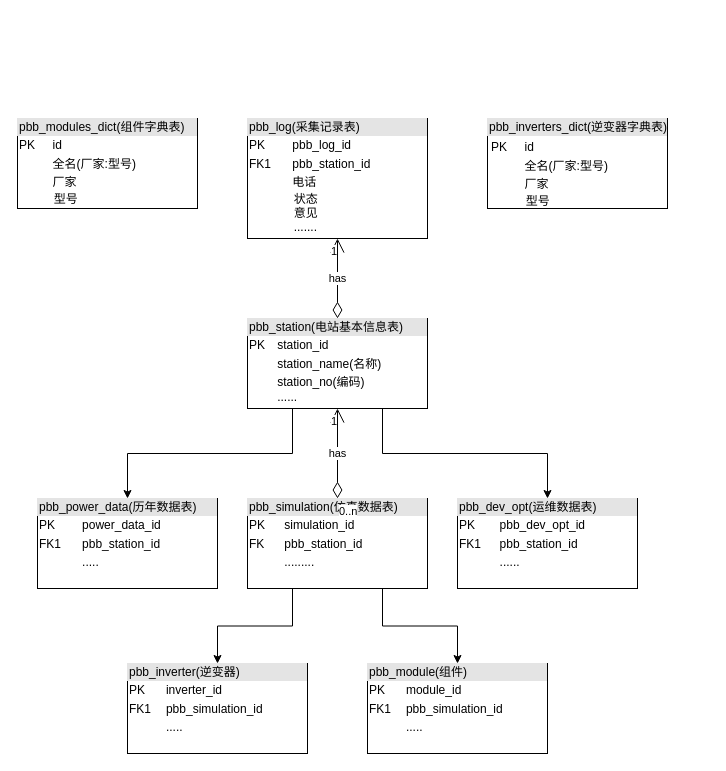
Before: page "数据库表" (2 of 3) of package.drawio in gg2herry/drawio, a draw.io diagram. Source tidied: cells renumbered, new cells numbered last; positions are measured from the earlier drawing's top-left corner, leaving out a move shared by most shapes. Both pictures are drawn from the tidied source at 100%, with x=0, y=0 at pixel (17, 118).
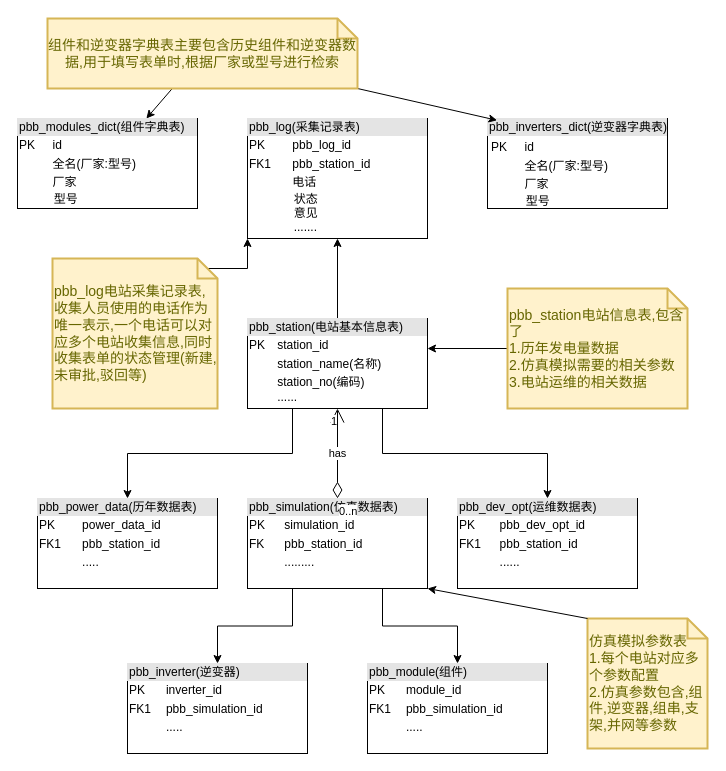
Above is the later version.

Unchanged cells that the change refers to:
```xml
<mxCell id="3" value="&lt;div style=&quot;box-sizing: border-box ; width: 100% ; background: #e4e4e4 ; padding: 2px&quot;&gt;pbb_log(采集记录表)&lt;/div&gt;&lt;table style=&quot;width: 100% ; font-size: 1em&quot; cellpadding=&quot;2&quot; cellspacing=&quot;0&quot;&gt;&lt;tbody&gt;&lt;tr&gt;&lt;td&gt;PK&lt;/td&gt;&lt;td&gt;pbb_log_id&lt;/td&gt;&lt;/tr&gt;&lt;tr&gt;&lt;td&gt;FK1&lt;/td&gt;&lt;td&gt;pbb_station_id&lt;/td&gt;&lt;/tr&gt;&lt;tr&gt;&lt;td&gt;&lt;/td&gt;&lt;td&gt;电话&lt;/td&gt;&lt;/tr&gt;&lt;/tbody&gt;&lt;/table&gt;&amp;nbsp; &amp;nbsp; &amp;nbsp; &amp;nbsp; &amp;nbsp; &amp;nbsp; &amp;nbsp; 状态&lt;br&gt;&amp;nbsp; &amp;nbsp; &amp;nbsp; &amp;nbsp; &amp;nbsp; &amp;nbsp; &amp;nbsp; 意见&lt;br&gt;&amp;nbsp; &amp;nbsp; &amp;nbsp; &amp;nbsp; &amp;nbsp; &amp;nbsp; &amp;nbsp; .......&lt;br&gt;&lt;br&gt;" style="verticalAlign=top;align=left;overflow=fill;html=1;" parent="2" vertex="1">
  <mxGeometry x="230" width="180" height="120" as="geometry" />
</mxCell>
<mxCell id="4" value="&lt;div style=&quot;box-sizing: border-box ; width: 100% ; background: #e4e4e4 ; padding: 2px&quot;&gt;pbb_station(电站基本信息表)&lt;/div&gt;&lt;table style=&quot;width: 100% ; font-size: 1em&quot; cellpadding=&quot;2&quot; cellspacing=&quot;0&quot;&gt;&lt;tbody&gt;&lt;tr&gt;&lt;td&gt;PK&lt;/td&gt;&lt;td&gt;station_id&lt;br&gt;&lt;/td&gt;&lt;/tr&gt;&lt;tr&gt;&lt;td&gt;&lt;br&gt;&lt;/td&gt;&lt;td&gt;station_name(名称)&lt;/td&gt;&lt;/tr&gt;&lt;tr&gt;&lt;td&gt;&lt;/td&gt;&lt;td&gt;station_no(编码)&lt;br&gt;......&lt;/td&gt;&lt;/tr&gt;&lt;/tbody&gt;&lt;/table&gt;" style="verticalAlign=top;align=left;overflow=fill;html=1;" parent="2" vertex="1">
  <mxGeometry x="230" y="200" width="180" height="90" as="geometry" />
</mxCell>
<mxCell id="14" value="&lt;div style=&quot;box-sizing: border-box ; width: 100% ; background: #e4e4e4 ; padding: 2px&quot;&gt;pbb_modules_dict(组件字典表)&lt;/div&gt;&lt;table style=&quot;width: 100% ; font-size: 1em&quot; cellpadding=&quot;2&quot; cellspacing=&quot;0&quot;&gt;&lt;tbody&gt;&lt;tr&gt;&lt;td&gt;PK&lt;/td&gt;&lt;td&gt;id&lt;br&gt;&lt;/td&gt;&lt;/tr&gt;&lt;tr&gt;&lt;td&gt;&lt;br&gt;&lt;/td&gt;&lt;td&gt;全名(厂家:型号)&lt;/td&gt;&lt;/tr&gt;&lt;tr&gt;&lt;td&gt;&lt;/td&gt;&lt;td&gt;厂家&lt;/td&gt;&lt;/tr&gt;&lt;/tbody&gt;&lt;/table&gt;&amp;nbsp; &amp;nbsp; &amp;nbsp; &amp;nbsp; &amp;nbsp; &amp;nbsp;型号" style="verticalAlign=top;align=left;overflow=fill;html=1;" parent="2" vertex="1">
  <mxGeometry width="180" height="90" as="geometry" />
</mxCell>
<mxCell id="15" value="&lt;div style=&quot;box-sizing: border-box ; width: 100% ; background: #e4e4e4 ; padding: 2px&quot;&gt;pbb_inverters_dict(逆变器字典表)&lt;/div&gt;&lt;table style=&quot;width: 100% ; font-size: 1em&quot; cellpadding=&quot;2&quot; cellspacing=&quot;0&quot;&gt;&lt;tbody&gt;&lt;tr&gt;&lt;td&gt;&lt;table cellpadding=&quot;2&quot; cellspacing=&quot;0&quot; style=&quot;font-size: 1em ; width: 180px&quot;&gt;&lt;tbody&gt;&lt;tr&gt;&lt;td&gt;PK&lt;/td&gt;&lt;td&gt;id&lt;br&gt;&lt;/td&gt;&lt;/tr&gt;&lt;tr&gt;&lt;td&gt;&lt;br&gt;&lt;/td&gt;&lt;td&gt;全名(厂家:型号)&lt;/td&gt;&lt;/tr&gt;&lt;tr&gt;&lt;td&gt;&lt;/td&gt;&lt;td&gt;厂家&lt;/td&gt;&lt;/tr&gt;&lt;/tbody&gt;&lt;/table&gt;&amp;nbsp; &amp;nbsp; &amp;nbsp; &amp;nbsp; &amp;nbsp; &amp;nbsp;型号&lt;br&gt;&lt;/td&gt;&lt;td&gt;&lt;/td&gt;&lt;/tr&gt;&lt;/tbody&gt;&lt;/table&gt;" style="verticalAlign=top;align=left;overflow=fill;html=1;" parent="2" vertex="1">
  <mxGeometry x="470" width="180" height="90" as="geometry" />
</mxCell>
```

The edit, as a diff of the source:
```diff
@@
     <mxCell id="2" style="group;" parent="1" vertex="1">
-      <mxGeometry width="650" height="635" as="geometry" />
+      <mxGeometry width="690" height="635" as="geometry" />
     </mxCell>
@@
+    <mxCell id="19" style="edgeStyle=none;rounded=0;jettySize=auto;html=1;exitX=0.5;exitY=0;exitDx=0;exitDy=0;entryX=0.5;entryY=1;entryDx=0;entryDy=0;" parent="2" edge="1" source="4" target="3">
+      <mxGeometry relative="1" as="geometry" />
+    </mxCell>
@@
-    <mxCell id="19" value="has" style="endArrow=open;html=1;endSize=12;startArrow=diamondThin;startSize=14;startFill=0;edgeStyle=orthogonalEdgeStyle;entryX=0.5;entryY=1;entryDx=0;entryDy=0;exitX=0.5;exitY=0;exitDx=0;exitDy=0;" parent="2" edge="1" source="4" target="3">
-      <mxGeometry relative="1" as="geometry" />
-    </mxCell>
-    <mxCell id="20" value="1" style="edgeLabel;html=1;align=right;verticalAlign=top;" parent="19" vertex="1">
-      <mxGeometry x="1" relative="1" as="geometry" />
-    </mxCell>
+    <mxCell id="21" style="edgeStyle=orthogonalEdgeStyle;rounded=0;jettySize=auto;html=1;" parent="2" edge="1" source="22">
+      <mxGeometry relative="1" as="geometry">
+        <mxPoint x="410" y="230" as="targetPoint" />
+      </mxGeometry>
+    </mxCell>
+    <mxCell id="22" value="pbb_station电站信息表,包含了&lt;br&gt;1.历年发电量数据&lt;br&gt;2.仿真模拟需要的相关参数&lt;br&gt;3.电站运维的相关数据" style="shape=note;strokeWidth=2;fontSize=14;size=20;whiteSpace=wrap;html=1;fillColor=#fff2cc;strokeColor=#d6b656;fontColor=#666600;align=left;" parent="2" vertex="1">
+      <mxGeometry x="490" y="170" width="180" height="120" as="geometry" />
+    </mxCell>
+    <mxCell id="23" style="edgeStyle=orthogonalEdgeStyle;rounded=0;jettySize=auto;html=1;exitX=0;exitY=0;exitDx=155;exitDy=10;exitPerimeter=0;entryX=0;entryY=1;entryDx=0;entryDy=0;" parent="2" edge="1" source="24" target="3">
+      <mxGeometry relative="1" as="geometry" />
+    </mxCell>
+    <mxCell id="24" value="pbb_log电站采集记录表,收集人员使用的电话作为唯一表示,一个电话可以对应多个电站收集信息,同时收集表单的状态管理(新建,未审批,驳回等)" style="shape=note;strokeWidth=2;fontSize=14;size=20;whiteSpace=wrap;html=1;fillColor=#fff2cc;strokeColor=#d6b656;fontColor=#666600;align=left;" parent="2" vertex="1">
+      <mxGeometry x="35" y="140" width="165" height="150" as="geometry" />
+    </mxCell>
+    <mxCell id="25" value="仿真模拟参数表&lt;br&gt;1.每个电站对应多个参数配置&lt;br&gt;2.仿真参数包含,组件,逆变器,组串,支架,并网等参数" style="shape=note;strokeWidth=2;fontSize=14;size=20;whiteSpace=wrap;html=1;fillColor=#fff2cc;strokeColor=#d6b656;fontColor=#666600;align=left;" parent="2" vertex="1">
+      <mxGeometry x="570" y="500" width="120" height="130" as="geometry" />
+    </mxCell>
+    <mxCell id="26" style="rounded=0;jettySize=auto;html=1;" parent="1" edge="1" source="28" target="14">
+      <mxGeometry relative="1" as="geometry" />
+    </mxCell>
+    <mxCell id="27" style="edgeStyle=none;rounded=0;jettySize=auto;html=1;exitX=1;exitY=1;exitDx=0;exitDy=0;exitPerimeter=0;entryX=0.053;entryY=0.02;entryDx=0;entryDy=0;entryPerimeter=0;" parent="1" edge="1" source="28" target="15">
+      <mxGeometry relative="1" as="geometry" />
+    </mxCell>
+    <mxCell id="28" value="组件和逆变器字典表主要包含历史组件和逆变器数据,用于填写表单时,根据厂家或型号进行检索" style="shape=note;strokeWidth=2;fontSize=14;size=20;whiteSpace=wrap;html=1;fillColor=#fff2cc;strokeColor=#d6b656;fontColor=#666600;" parent="1" vertex="1">
+      <mxGeometry x="30" y="-100" width="310" height="70" as="geometry" />
+    </mxCell>
+    <mxCell id="29" style="edgeStyle=none;rounded=0;jettySize=auto;html=1;exitX=0;exitY=0;exitDx=0;exitDy=0;exitPerimeter=0;" parent="1" edge="1" source="25">
+      <mxGeometry relative="1" as="geometry">
+        <mxPoint x="410" y="470" as="targetPoint" />
+      </mxGeometry>
+    </mxCell>
```
